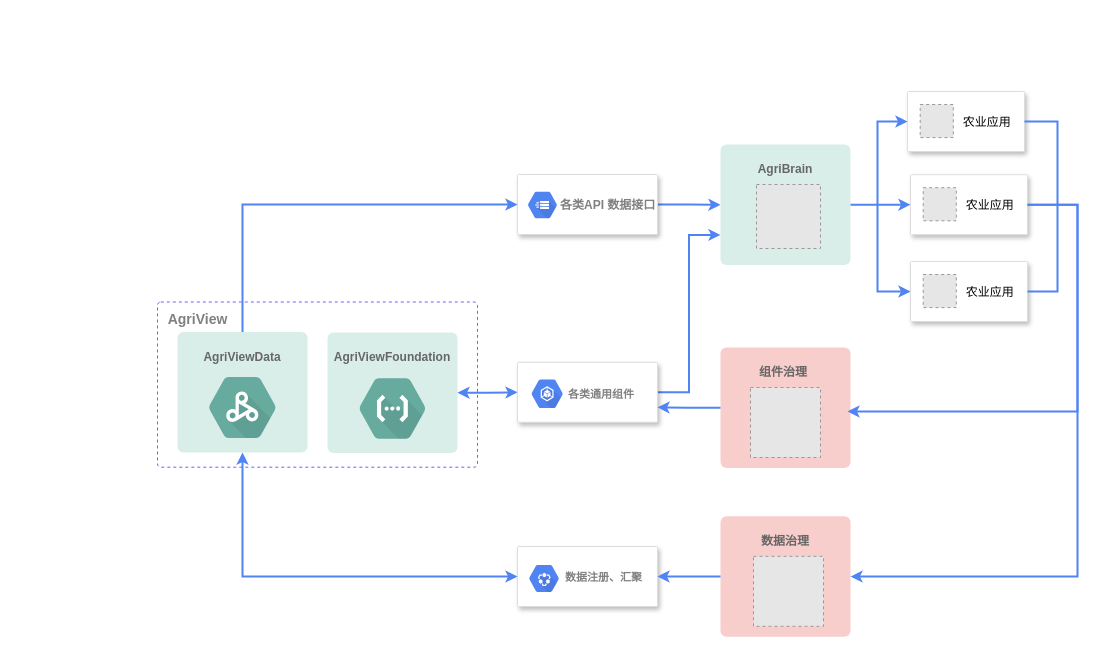
Above: page "支撑逻辑3" (11 of 12) of agriview.drawio in GISering/diagram (draw.io), before the change. Source tidied: cells renumbered, new cells numbered last; positions are measured from the earlier drawing's top-left corner, leaving out a move shared by most shapes. Both pictures are drawn from the tidied source at 100%, with x=0, y=0 at pixel (157, 91). Pictures stored in the file or linked from it are replaced by grey dashed boxes.
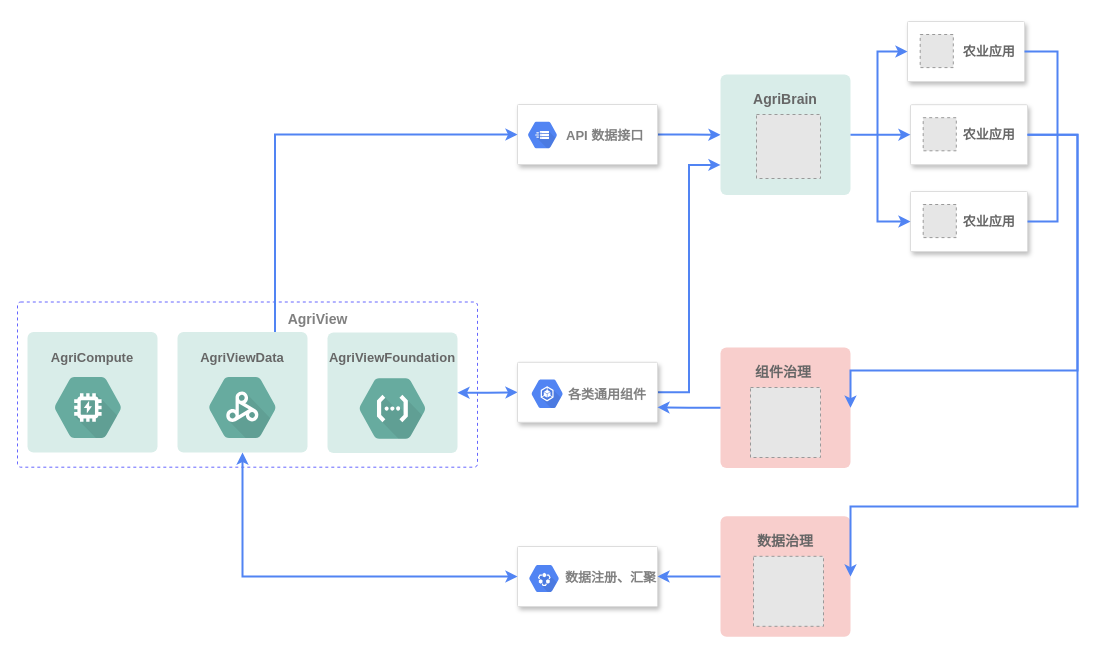
The same page after the edit.

Unchanged cells that the change refers to:
```xml
<mxCell id="5" style="group;" parent="1" vertex="1">
  <mxGeometry x="20" y="240.5" width="300" height="135.2" as="geometry" />
</mxCell>
<mxCell id="7" style="rounded=1;whiteSpace=wrap;html=1;shadow=0;fontColor=#808080;strokeColor=none;fillColor=#D9EDE9;arcSize=5;" parent="5" vertex="1">
  <mxGeometry width="130" height="120.5" as="geometry" />
</mxCell>
<mxCell id="17" style="strokeColor=#dddddd;shadow=1;strokeWidth=1;rounded=1;absoluteArcSize=1;arcSize=2;fontSize=12;fontColor=#000000;fillColor=#FFFFFF;" parent="16" vertex="1">
  <mxGeometry width="117" height="60" as="geometry" />
</mxCell>
<mxCell id="22" style="group;fontColor=#F8CECC;" parent="1" vertex="1">
  <mxGeometry x="563" y="424.8" width="130" height="120.5" as="geometry" />
</mxCell>
<mxCell id="23" style="rounded=1;whiteSpace=wrap;html=1;shadow=0;fontColor=#808080;strokeColor=none;fillColor=#F8CECC;arcSize=5;" parent="22" vertex="1">
  <mxGeometry width="130" height="120.5" as="geometry" />
</mxCell>
<mxCell id="28" style="strokeColor=#dddddd;shadow=1;strokeWidth=1;rounded=1;absoluteArcSize=1;arcSize=2;fontSize=12;fontColor=#000000;fillColor=#FFFFFF;" parent="27" vertex="1">
  <mxGeometry width="117" height="60" as="geometry" />
</mxCell>
<mxCell id="31" style="strokeColor=#dddddd;shadow=1;strokeWidth=1;rounded=1;absoluteArcSize=1;arcSize=2;fontSize=12;fontColor=#000000;fillColor=#FFFFFF;" parent="30" vertex="1">
  <mxGeometry width="117" height="60" as="geometry" />
</mxCell>
<mxCell id="36" style="group;" parent="1" vertex="1">
  <mxGeometry x="170" y="241" width="130" height="120.5" as="geometry" />
</mxCell>
<mxCell id="42" style="group;" parent="1" vertex="1">
  <mxGeometry x="360" y="270.8" width="140" height="60" as="geometry" />
</mxCell>
<mxCell id="45" style="group;fontColor=#F8CECC;" parent="1" vertex="1">
  <mxGeometry x="563" y="256" width="130" height="120.5" as="geometry" />
</mxCell>
<mxCell id="46" style="rounded=1;whiteSpace=wrap;html=1;shadow=0;fontColor=#808080;strokeColor=none;fillColor=#F8CECC;arcSize=5;" parent="45" vertex="1">
  <mxGeometry width="130" height="120.5" as="geometry" />
</mxCell>
```

Diff of the diagram source:
```diff
@@
     <mxCell id="3" style="strokeColor=#dddddd;shadow=1;strokeWidth=1;rounded=1;absoluteArcSize=1;arcSize=2;fontSize=12;fontColor=#666666;fillColor=#FFFFFF;" parent="1" vertex="1">
-      <mxGeometry x="360" y="83" width="140" height="60" as="geometry" />
+      <mxGeometry x="360" y="13" width="140" height="60" as="geometry" />
     </mxCell>
-    <mxCell id="4" value="&lt;b&gt;&lt;font color=&quot;#808080&quot;&gt;各类API 数据接口&lt;/font&gt;&lt;/b&gt;" style="sketch=0;dashed=0;html=1;fillColor=#5184F3;strokeColor=none;shape=mxgraph.gcp2.hexIcon;prIcon=transfer_appliance;labelPosition=right;verticalLabelPosition=middle;align=left;verticalAlign=middle;spacingLeft=5;fontColor=#999999;fontSize=12;spacing=-9;spacingTop=0;" parent="3" vertex="1">
+    <mxCell id="4" value="&lt;b style=&quot;font-size: 13px&quot;&gt;&lt;font color=&quot;#808080&quot; style=&quot;font-size: 13px&quot;&gt;API 数据接口&lt;/font&gt;&lt;/b&gt;" style="sketch=0;dashed=0;html=1;fillColor=#5184F3;strokeColor=none;shape=mxgraph.gcp2.hexIcon;prIcon=transfer_appliance;labelPosition=right;verticalLabelPosition=middle;align=left;verticalAlign=middle;spacingLeft=5;fontColor=#999999;fontSize=13;spacing=-3;spacingTop=0;" parent="3" vertex="1">
       <mxGeometry y="0.5" width="44" height="39" relative="1" as="geometry">
         <mxPoint x="3" y="-19" as="offset" />
       </mxGeometry>
     </mxCell>
@@
     <mxCell id="6" style="rounded=1;whiteSpace=wrap;html=1;strokeColor=#6666FF;fillColor=#FFFFFF;dashed=1;arcSize=2;" parent="5" vertex="1">
-      <mxGeometry x="-20" y="-30" width="320" height="165.2" as="geometry" />
+      <mxGeometry x="-160" y="-30" width="460" height="165.2" as="geometry" />
     </mxCell>
@@
-    <mxCell id="9" value="AgriViewData" style="text;html=1;strokeColor=none;fillColor=none;align=center;verticalAlign=middle;whiteSpace=wrap;rounded=0;fontStyle=1;fontColor=#666666;textDirection=ltr;" parent="5" vertex="1">
+    <mxCell id="9" value="AgriViewData" style="text;html=1;strokeColor=none;fillColor=none;align=center;verticalAlign=middle;whiteSpace=wrap;rounded=0;fontStyle=1;fontColor=#666666;textDirection=ltr;fontSize=13;" parent="5" vertex="1">
       <mxGeometry x="35" y="10" width="60" height="30" as="geometry" />
     </mxCell>
-    <mxCell id="10" value="AgriView" style="text;html=1;strokeColor=none;fillColor=none;align=center;verticalAlign=middle;whiteSpace=wrap;rounded=0;horizontal=0;fontStyle=1;fontColor=#808080;fontSize=14;rotation=90;" parent="5" vertex="1">
-      <mxGeometry x="10" y="-44.5" width="20" height="63" as="geometry" />
-    </mxCell>
-    <mxCell id="11" style="edgeStyle=orthogonalEdgeStyle;rounded=0;jettySize=auto;html=1;exitX=0.5;exitY=0;exitDx=0;exitDy=0;entryX=0;entryY=0.5;entryDx=0;entryDy=0;fontColor=#67AB9F;strokeColor=#5184F3;strokeWidth=2;" parent="1" edge="1" source="7" target="3">
-      <mxGeometry relative="1" as="geometry" />
-    </mxCell>
+    <mxCell id="52" style="rounded=1;whiteSpace=wrap;html=1;shadow=0;fontColor=#808080;strokeColor=none;fillColor=#D9EDE9;arcSize=5;" parent="5" vertex="1">
+      <mxGeometry x="-150" width="130" height="120.5" as="geometry" />
+    </mxCell>
+    <mxCell id="53" value="AgriCompute" style="text;html=1;strokeColor=none;fillColor=none;align=center;verticalAlign=middle;whiteSpace=wrap;rounded=0;fontStyle=1;fontColor=#666666;textDirection=ltr;fontSize=13;" parent="5" vertex="1">
+      <mxGeometry x="-115" y="10" width="60" height="30" as="geometry" />
+    </mxCell>
     <mxCell id="12" style="group;" parent="1" vertex="1">
-      <mxGeometry x="563" y="53" width="130" height="120.5" as="geometry" />
+      <mxGeometry x="563" y="-17" width="130" height="120.5" as="geometry" />
     </mxCell>
@@
-    <mxCell id="14" value="AgriBrain" style="text;html=1;strokeColor=none;fillColor=none;align=center;verticalAlign=middle;whiteSpace=wrap;rounded=0;fontStyle=1;fontColor=#666666;textDirection=ltr;" parent="12" vertex="1">
+    <mxCell id="14" value="&lt;font style=&quot;font-size: 14px&quot;&gt;AgriBrain&lt;/font&gt;" style="text;html=1;strokeColor=none;fillColor=none;align=center;verticalAlign=middle;whiteSpace=wrap;rounded=0;fontStyle=1;fontColor=#666666;textDirection=ltr;" parent="12" vertex="1">
       <mxGeometry x="35" y="10" width="60" height="30" as="geometry" />
     </mxCell>
@@
-    <mxCell id="16" style="group;" parent="1" vertex="1">
-      <mxGeometry x="753" y="83.2" width="117" height="60" as="geometry" />
+    <mxCell id="16" style="group;fontSize=13;fontColor=#666666;fontStyle=1;" parent="1" vertex="1">
+      <mxGeometry x="753" y="13.2" width="117" height="60" as="geometry" />
     </mxCell>
@@
-    <mxCell id="18" value="农业应用" style="fillColor=#E6E6E6;strokeColor=#999999;dashed=1;verticalLabelPosition=middle;labelBackgroundColor=default;verticalAlign=middle;labelPosition=right;align=left;spacing=10;" parent="16" vertex="1">
+    <mxCell id="18" value="农业应用" style="fillColor=#E6E6E6;strokeColor=#999999;dashed=1;verticalLabelPosition=middle;labelBackgroundColor=default;verticalAlign=middle;labelPosition=right;align=left;spacing=7;fontSize=13;fontColor=#666666;fontStyle=1;" parent="16" vertex="1">
       <mxGeometry x="12.7" y="13" width="33.1" height="33.1" as="geometry" />
     </mxCell>
@@
-    <mxCell id="24" value="数据治理" style="text;html=1;strokeColor=none;fillColor=none;align=center;verticalAlign=middle;whiteSpace=wrap;rounded=0;fontStyle=1;fontColor=#666666;textDirection=ltr;" parent="22" vertex="1">
+    <mxCell id="24" value="数据治理" style="text;html=1;strokeColor=none;fillColor=none;align=center;verticalAlign=middle;whiteSpace=wrap;rounded=0;fontStyle=1;fontColor=#666666;textDirection=ltr;fontSize=14;" parent="22" vertex="1">
       <mxGeometry x="35" y="10" width="60" height="30" as="geometry" />
     </mxCell>
@@
     <mxCell id="27" style="group;" parent="1" vertex="1">
-      <mxGeometry x="753" y="170" width="117" height="60" as="geometry" />
+      <mxGeometry x="753" y="100" width="117" height="60" as="geometry" />
     </mxCell>
@@
-    <mxCell id="29" value="农业应用" style="fillColor=#E6E6E6;strokeColor=#999999;dashed=1;verticalLabelPosition=middle;labelBackgroundColor=default;verticalAlign=middle;labelPosition=right;align=left;spacing=10;" parent="27" vertex="1">
+    <mxCell id="29" value="农业应用" style="fillColor=#E6E6E6;strokeColor=#999999;dashed=1;verticalLabelPosition=middle;labelBackgroundColor=default;verticalAlign=middle;labelPosition=right;align=left;spacing=7;fontStyle=1;fontColor=#666666;fontSize=13;" parent="27" vertex="1">
       <mxGeometry x="12.7" y="13" width="33.1" height="33.1" as="geometry" />
     </mxCell>
-    <mxCell id="30" style="group;" parent="1" vertex="1">
-      <mxGeometry x="750" width="117" height="60" as="geometry" />
+    <mxCell id="30" style="group;fontSize=13;fontStyle=1;" parent="1" vertex="1">
+      <mxGeometry x="750" y="-70" width="117" height="60" as="geometry" />
     </mxCell>
@@
-    <mxCell id="32" value="农业应用" style="fillColor=#E6E6E6;strokeColor=#999999;dashed=1;verticalLabelPosition=middle;labelBackgroundColor=default;verticalAlign=middle;labelPosition=right;align=left;spacing=10;" parent="30" vertex="1">
+    <mxCell id="32" value="农业应用" style="fillColor=#E6E6E6;strokeColor=#999999;dashed=1;verticalLabelPosition=middle;labelBackgroundColor=default;verticalAlign=middle;labelPosition=right;align=left;spacing=10;fontSize=13;fontColor=#666666;fontStyle=1;" parent="30" vertex="1">
       <mxGeometry x="12.7" y="13" width="33.1" height="33.1" as="geometry" />
     </mxCell>
     <mxCell id="33" style="edgeStyle=orthogonalEdgeStyle;rounded=0;jettySize=auto;html=1;exitX=1;exitY=0.5;exitDx=0;exitDy=0;entryX=1;entryY=0.5;entryDx=0;entryDy=0;fontColor=#67AB9F;startArrow=none;startFill=0;strokeColor=#5184F3;strokeWidth=2;endArrow=none;endFill=0;" parent="1" edge="1" source="31" target="28">
       <mxGeometry relative="1" as="geometry">
         <Array as="points">
-          <mxPoint x="900" y="30" />
-          <mxPoint x="900" y="200" />
+          <mxPoint x="900" y="-40" />
+          <mxPoint x="900" y="130" />
         </Array>
       </mxGeometry>
     </mxCell>
     <mxCell id="34" style="edgeStyle=orthogonalEdgeStyle;rounded=0;jettySize=auto;html=1;exitX=1;exitY=0.5;exitDx=0;exitDy=0;fontColor=#67AB9F;startArrow=none;startFill=0;endArrow=classic;endFill=1;strokeColor=#5184F3;strokeWidth=2;entryX=1;entryY=0.5;entryDx=0;entryDy=0;" parent="1" edge="1" source="17" target="23">
       <mxGeometry relative="1" as="geometry">
         <Array as="points">
-          <mxPoint x="920" y="113" />
-          <mxPoint x="920" y="485" />
+          <mxPoint x="920" y="43" />
+          <mxPoint x="920" y="415" />
         </Array>
       </mxGeometry>
     </mxCell>
-    <mxCell id="35" value="&lt;font color=&quot;#808080&quot;&gt;数据注册、汇聚&lt;/font&gt;" style="sketch=0;html=1;fillColor=#5184F3;strokeColor=none;verticalAlign=middle;labelPosition=right;verticalLabelPosition=middle;align=left;spacingTop=-2;fontSize=11;fontStyle=1;fontColor=#999999;shape=mxgraph.gcp2.hexIcon;prIcon=cloud_data_catalog;spacing=-1;" parent="1" vertex="1">
+    <mxCell id="35" value="&lt;font color=&quot;#808080&quot; style=&quot;font-size: 13px;&quot;&gt;数据注册、汇聚&lt;/font&gt;" style="sketch=0;html=1;fillColor=#5184F3;strokeColor=none;verticalAlign=middle;labelPosition=right;verticalLabelPosition=middle;align=left;spacingTop=-2;fontSize=13;fontStyle=1;fontColor=#999999;shape=mxgraph.gcp2.hexIcon;prIcon=cloud_data_catalog;spacing=-1;" parent="1" vertex="1">
       <mxGeometry x="364" y="467" width="45.1" height="40" as="geometry" />
     </mxCell>
@@
-    <mxCell id="38" value="AgriViewFoundation" style="text;html=1;strokeColor=none;fillColor=none;align=center;verticalAlign=middle;whiteSpace=wrap;rounded=0;fontStyle=1;fontColor=#666666;textDirection=ltr;" parent="36" vertex="1">
+    <mxCell id="38" value="&lt;font style=&quot;font-size: 13px&quot;&gt;AgriViewFoundation&lt;/font&gt;" style="text;html=1;strokeColor=none;fillColor=none;align=center;verticalAlign=middle;whiteSpace=wrap;rounded=0;fontStyle=1;fontColor=#666666;textDirection=ltr;fontSize=14;" parent="36" vertex="1">
       <mxGeometry x="35" y="10" width="60" height="30" as="geometry" />
     </mxCell>
@@
-    <mxCell id="44" value="&lt;font color=&quot;#808080&quot;&gt;各类通用组件&lt;/font&gt;&lt;br style=&quot;font-size: 12px ; font-weight: 400&quot;&gt;" style="sketch=0;html=1;fillColor=#5184F3;strokeColor=none;verticalAlign=middle;labelPosition=right;verticalLabelPosition=middle;align=left;spacingTop=1;fontSize=11;fontStyle=1;fontColor=#999999;shape=mxgraph.gcp2.hexIcon;prIcon=container_engine;spacing=-2;" parent="42" vertex="1">
+    <mxCell id="44" value="&lt;font color=&quot;#808080&quot; style=&quot;font-size: 13px&quot;&gt;各类通用组件&lt;/font&gt;" style="sketch=0;html=1;fillColor=#5184F3;strokeColor=none;verticalAlign=middle;labelPosition=right;verticalLabelPosition=middle;align=left;spacingTop=1;fontSize=11;fontStyle=1;fontColor=#999999;shape=mxgraph.gcp2.hexIcon;prIcon=container_engine;spacing=-2;" parent="42" vertex="1">
       <mxGeometry x="6" y="10.5" width="47.4" height="42" as="geometry" />
     </mxCell>
@@
-    <mxCell id="47" value="组件治理" style="text;html=1;strokeColor=none;fillColor=none;align=center;verticalAlign=middle;whiteSpace=wrap;rounded=0;fontStyle=1;fontColor=#666666;textDirection=ltr;" parent="45" vertex="1">
+    <mxCell id="47" value="组件治理" style="text;html=1;strokeColor=none;fillColor=none;align=center;verticalAlign=middle;whiteSpace=wrap;rounded=0;fontStyle=1;fontColor=#666666;textDirection=ltr;fontSize=14;" parent="45" vertex="1">
       <mxGeometry x="33" y="10" width="60" height="30" as="geometry" />
     </mxCell>
@@
-    <mxCell id="49" style="edgeStyle=orthogonalEdgeStyle;rounded=0;jettySize=auto;html=1;exitX=1;exitY=0.5;exitDx=0;exitDy=0;fontSize=14;fontColor=#F8CECC;startArrow=none;startFill=0;strokeColor=#5184F3;strokeWidth=2;" parent="1" edge="1" source="17">
-      <mxGeometry relative="1" as="geometry">
-        <mxPoint x="690" y="320" as="targetPoint" />
-        <Array as="points">
-          <mxPoint x="920" y="113" />
-          <mxPoint x="920" y="320" />
-          <mxPoint x="690" y="320" />
-        </Array>
-      </mxGeometry>
-    </mxCell>
@@
     <mxCell id="51" style="edgeStyle=orthogonalEdgeStyle;rounded=0;jettySize=auto;html=1;exitX=0;exitY=0.5;exitDx=0;exitDy=0;entryX=0;entryY=0.5;entryDx=0;entryDy=0;fontSize=14;fontColor=#F8CECC;startArrow=classic;startFill=1;endArrow=classic;endFill=1;strokeColor=#5184F3;strokeWidth=2;" parent="1" edge="1" source="28" target="31">
       <mxGeometry relative="1" as="geometry">
         <Array as="points">
-          <mxPoint x="720" y="200" />
-          <mxPoint x="720" y="30" />
+          <mxPoint x="720" y="130" />
+          <mxPoint x="720" y="-40" />
         </Array>
       </mxGeometry>
     </mxCell>
+    <mxCell id="10" value="AgriView" style="text;html=1;strokeColor=none;fillColor=none;align=center;verticalAlign=middle;whiteSpace=wrap;rounded=0;horizontal=0;fontStyle=1;fontColor=#808080;fontSize=14;rotation=90;" parent="1" vertex="1">
+      <mxGeometry x="150" y="196" width="20" height="63" as="geometry" />
+    </mxCell>
+    <mxCell id="54" style="sketch=0;html=1;fillColor=#67AB9F;strokeColor=none;verticalAlign=top;labelPosition=center;verticalLabelPosition=bottom;align=center;spacingTop=-6;fontSize=11;fontStyle=1;fontColor=#67AB9F;shape=mxgraph.gcp2.hexIcon;prIcon=gpu;" parent="1" vertex="1">
+      <mxGeometry x="-120" y="271" width="101" height="90" as="geometry" />
+    </mxCell>
+    <mxCell id="11" style="edgeStyle=orthogonalEdgeStyle;rounded=0;jettySize=auto;html=1;exitX=0.75;exitY=0;exitDx=0;exitDy=0;entryX=0;entryY=0.5;entryDx=0;entryDy=0;fontSize=13;fontColor=#67AB9F;strokeWidth=2;strokeColor=#5184F3;" parent="1" edge="1" source="7" target="3">
+      <mxGeometry relative="1" as="geometry" />
+    </mxCell>
+    <mxCell id="55" style="edgeStyle=orthogonalEdgeStyle;rounded=0;jettySize=auto;html=1;exitX=1;exitY=0.5;exitDx=0;exitDy=0;entryX=1;entryY=0.5;entryDx=0;entryDy=0;fontSize=13;fontColor=#67AB9F;strokeColor=#5184F3;strokeWidth=2;" parent="1" edge="1" source="17" target="46">
+      <mxGeometry relative="1" as="geometry">
+        <Array as="points">
+          <mxPoint x="920" y="43" />
+          <mxPoint x="920" y="279" />
+        </Array>
+      </mxGeometry>
+    </mxCell>
```
